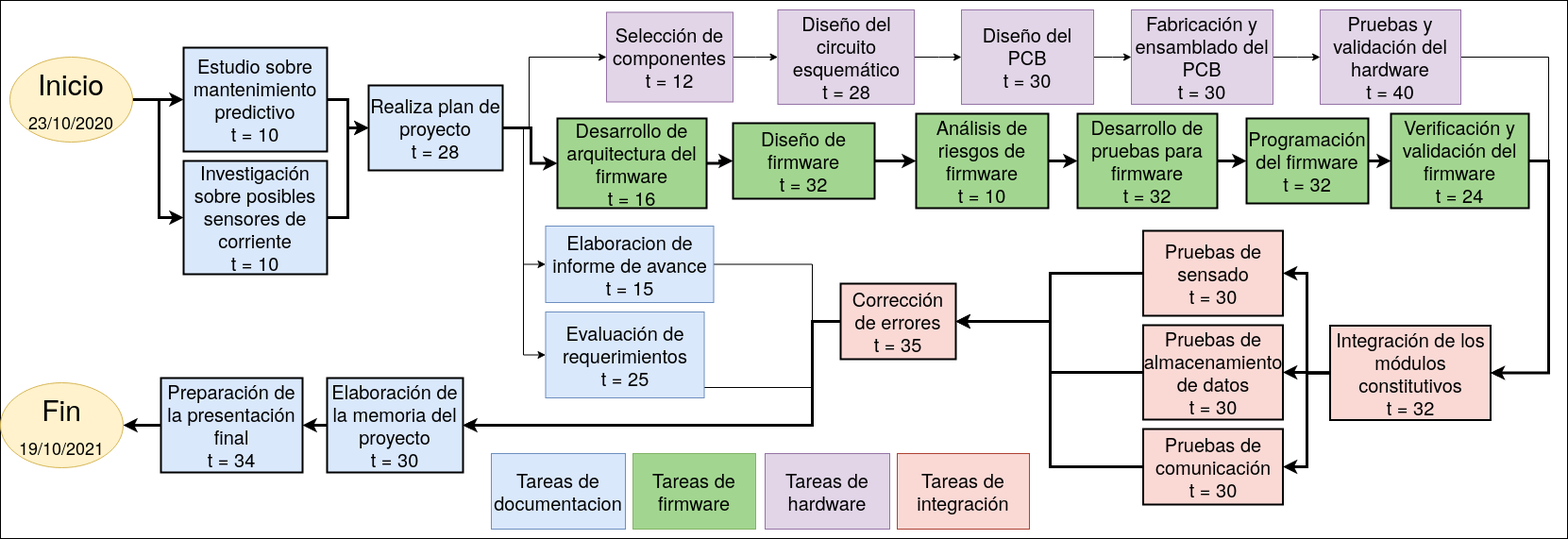
This is Figuras/AoN.png from SaEsteva/Latex_CESE, a draw.io export, as it was before one commit. Source tidied: cells renumbered, new cells last; positions are measured from the earlier drawing's top-left corner, leaving out a move shared by most shapes.
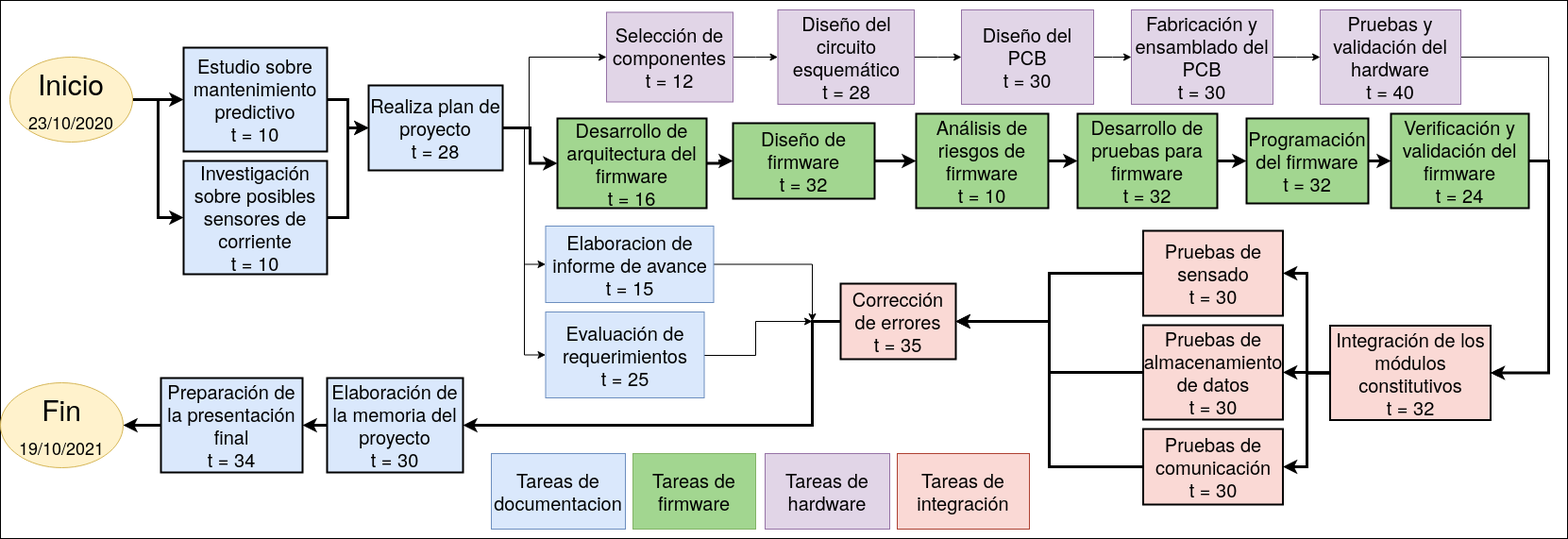
The same diagram one commit later.

What changed in the source:
```diff
@@ -49,20 +49,23 @@
     <mxCell id="14" value="&lt;div style=&quot;font-size: 20px;&quot;&gt;Realiza plan de proyecto&lt;/div&gt;&lt;div style=&quot;font-size: 20px;&quot;&gt;t = 28&lt;br style=&quot;font-size: 20px;&quot;&gt;&lt;/div&gt;" style="rounded=0;whiteSpace=wrap;html=1;fillColor=#dae8fc;strokeWidth=2;fontSize=20;" parent="1" vertex="1">
       <mxGeometry x="390" y="90" width="142" height="90" as="geometry" />
     </mxCell>
-    <mxCell id="15" style="edgeStyle=elbowEdgeStyle;rounded=0;jettySize=auto;html=1;entryX=1;entryY=0.5;entryDx=0;entryDy=0;" parent="1" edge="1" source="16" target="22">
+    <mxCell id="15" style="edgeStyle=elbowEdgeStyle;rounded=0;jettySize=auto;html=1;" parent="1" edge="1" source="16">
       <mxGeometry relative="1" as="geometry">
+        <mxPoint x="860" y="340" as="targetPoint" />
         <Array as="points">
-          <mxPoint x="860" y="390" />
+          <mxPoint x="860" y="400" />
         </Array>
       </mxGeometry>
     </mxCell>
     <mxCell id="16" value="&lt;div style=&quot;font-size: 20px;&quot;&gt;Elaboracion de informe de avance&lt;/div&gt;&lt;div style=&quot;font-size: 20px;&quot;&gt;t = 15&lt;br style=&quot;font-size: 20px;&quot;&gt;&lt;/div&gt;" style="rounded=0;whiteSpace=wrap;html=1;fillColor=#dae8fc;strokeColor=#6c8ebf;fontSize=20;" parent="1" vertex="1">
       <mxGeometry x="577.5" y="239" width="178" height="81" as="geometry" />
     </mxCell>
-    <mxCell id="17" style="edgeStyle=elbowEdgeStyle;rounded=0;jettySize=auto;html=1;entryX=1;entryY=0.5;entryDx=0;entryDy=0;" parent="1" edge="1" source="18" target="22">
+    <mxCell id="17" style="edgeStyle=elbowEdgeStyle;rounded=0;jettySize=auto;html=1;" parent="1" edge="1" source="18">
       <mxGeometry relative="1" as="geometry">
+        <mxPoint x="860" y="340" as="targetPoint" />
         <Array as="points">
-          <mxPoint x="860" y="410" />
+          <mxPoint x="800" y="376" />
+          <mxPoint x="830" y="340" />
           <mxPoint x="810" y="420" />
         </Array>
       </mxGeometry>
```
